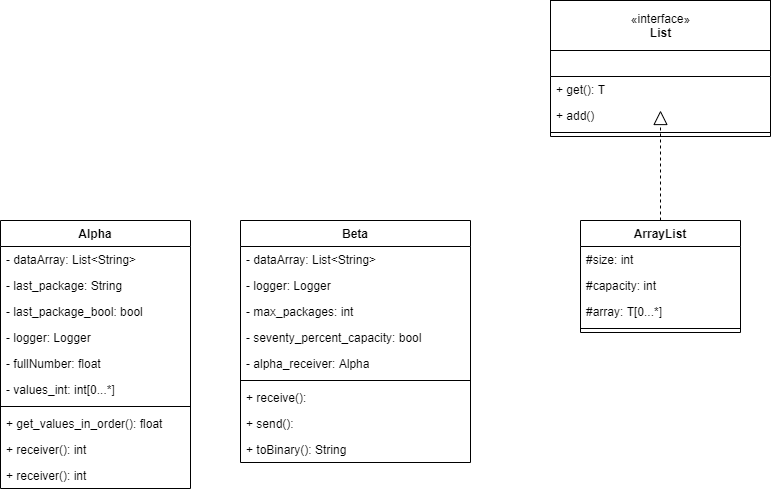
Before: 2º Bimestre/UML.png, a diagram exported from draw.io (nathanmsoares/ED). Source tidied: cells renumbered, new cells last; positions are measured from the earlier drawing's top-left corner, leaving out a move shared by most shapes.
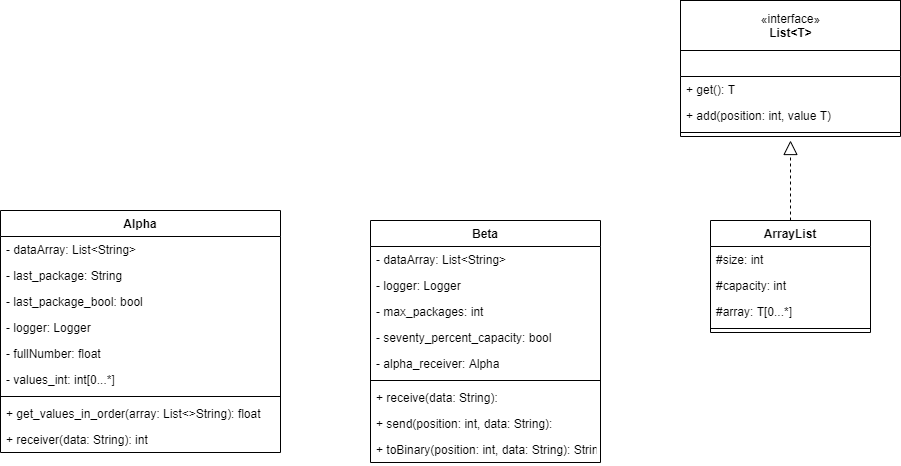
Above is the later version.

Commit message:
improving UML

The edit, as a diff of the source:
```diff
@@ -23,18 +23,18 @@
     <mxCell id="8" value="+ get(): T" style="text;strokeColor=none;fillColor=none;align=left;verticalAlign=top;spacingLeft=4;spacingRight=4;overflow=hidden;" parent="7" vertex="1">
       <mxGeometry y="26" width="220" height="26" as="geometry" />
     </mxCell>
-    <mxCell id="9" value="+ add()" style="text;strokeColor=none;fillColor=none;align=left;verticalAlign=top;spacingLeft=4;spacingRight=4;overflow=hidden;" parent="7" vertex="1">
+    <mxCell id="9" value="+ add(position: int, value T)" style="text;strokeColor=none;fillColor=none;align=left;verticalAlign=top;spacingLeft=4;spacingRight=4;overflow=hidden;" parent="7" vertex="1">
       <mxGeometry y="52" width="220" height="26" as="geometry" />
     </mxCell>
     <mxCell id="10" style="line;strokeWidth=1;fillColor=none;align=left;verticalAlign=middle;spacingTop=-1;spacingLeft=3;spacingRight=3;labelPosition=right;" parent="7" vertex="1">
       <mxGeometry y="78" width="220" height="8" as="geometry" />
     </mxCell>
-    <mxCell id="11" value="«interface»&lt;br&gt;&lt;b&gt;List&lt;br&gt;&lt;/b&gt;" style="html=1;" parent="1" vertex="1">
+    <mxCell id="11" value="«interface»&lt;br&gt;&lt;b&gt;List&amp;lt;T&amp;gt;&lt;br&gt;&lt;/b&gt;" style="html=1;" parent="1" vertex="1">
       <mxGeometry x="550" width="220" height="50" as="geometry" />
     </mxCell>
     <mxCell id="12" style="endArrow=block;dashed=1;endFill=0;endSize=12;html=1;exitX=0.5;exitY=0;exitDx=0;exitDy=0;" parent="1" edge="1" source="2">
       <mxGeometry relative="1" as="geometry">
-        <mxPoint x="660" y="110" as="targetPoint" />
+        <mxPoint x="660" y="140" as="targetPoint" />
       </mxGeometry>
     </mxCell>
     <mxCell id="13" value="Beta" style="swimlane;fontStyle=1;align=center;verticalAlign=top;horizontal=1;startSize=26;" parent="1" vertex="1">
@@ -58,47 +58,44 @@
     <mxCell id="19" style="line;strokeWidth=1;fillColor=none;align=left;verticalAlign=middle;spacingTop=-1;spacingLeft=3;spacingRight=3;labelPosition=right;" parent="13" vertex="1">
       <mxGeometry y="156" width="230" height="8" as="geometry" />
     </mxCell>
-    <mxCell id="20" value="+ receive(): " style="text;strokeColor=none;fillColor=none;align=left;verticalAlign=top;spacingLeft=4;spacingRight=4;overflow=hidden;" parent="13" vertex="1">
+    <mxCell id="20" value="+ receive(data: String): " style="text;strokeColor=none;fillColor=none;align=left;verticalAlign=top;spacingLeft=4;spacingRight=4;overflow=hidden;" parent="13" vertex="1">
       <mxGeometry y="164" width="230" height="26" as="geometry" />
     </mxCell>
-    <mxCell id="21" value="+ send(): " style="text;strokeColor=none;fillColor=none;align=left;verticalAlign=top;spacingLeft=4;spacingRight=4;overflow=hidden;" parent="13" vertex="1">
+    <mxCell id="21" value="+ send(position: int, data: String): " style="text;strokeColor=none;fillColor=none;align=left;verticalAlign=top;spacingLeft=4;spacingRight=4;overflow=hidden;" parent="13" vertex="1">
       <mxGeometry y="190" width="230" height="26" as="geometry" />
     </mxCell>
-    <mxCell id="22" value="+ toBinary(): String" style="text;strokeColor=none;fillColor=none;align=left;verticalAlign=top;spacingLeft=4;spacingRight=4;overflow=hidden;" parent="13" vertex="1">
+    <mxCell id="22" value="+ toBinary(position: int, data: String): String" style="text;strokeColor=none;fillColor=none;align=left;verticalAlign=top;spacingLeft=4;spacingRight=4;overflow=hidden;" parent="13" vertex="1">
       <mxGeometry y="216" width="230" height="26" as="geometry" />
     </mxCell>
     <mxCell id="23" value="Alpha" style="swimlane;fontStyle=1;align=center;verticalAlign=top;horizontal=1;startSize=26;" parent="1" vertex="1">
-      <mxGeometry y="220" width="190" height="268" as="geometry" />
+      <mxGeometry x="-130" y="210" width="280" height="242" as="geometry" />
     </mxCell>
     <mxCell id="24" value="- dataArray: List&lt;String&gt;" style="text;strokeColor=none;fillColor=none;align=left;verticalAlign=top;spacingLeft=4;spacingRight=4;overflow=hidden;" parent="23" vertex="1">
-      <mxGeometry y="26" width="190" height="26" as="geometry" />
+      <mxGeometry y="26" width="280" height="26" as="geometry" />
     </mxCell>
     <mxCell id="25" value="- last_package: String" style="text;strokeColor=none;fillColor=none;align=left;verticalAlign=top;spacingLeft=4;spacingRight=4;overflow=hidden;" parent="23" vertex="1">
-      <mxGeometry y="52" width="190" height="26" as="geometry" />
+      <mxGeometry y="52" width="280" height="26" as="geometry" />
     </mxCell>
     <mxCell id="26" value="- last_package_bool: bool" style="text;strokeColor=none;fillColor=none;align=left;verticalAlign=top;spacingLeft=4;spacingRight=4;overflow=hidden;" parent="23" vertex="1">
-      <mxGeometry y="78" width="190" height="26" as="geometry" />
+      <mxGeometry y="78" width="280" height="26" as="geometry" />
     </mxCell>
     <mxCell id="27" value="- logger: Logger" style="text;strokeColor=none;fillColor=none;align=left;verticalAlign=top;spacingLeft=4;spacingRight=4;overflow=hidden;" parent="23" vertex="1">
-      <mxGeometry y="104" width="190" height="26" as="geometry" />
+      <mxGeometry y="104" width="280" height="26" as="geometry" />
     </mxCell>
     <mxCell id="28" value="- fullNumber: float" style="text;strokeColor=none;fillColor=none;align=left;verticalAlign=top;spacingLeft=4;spacingRight=4;overflow=hidden;" parent="23" vertex="1">
-      <mxGeometry y="130" width="190" height="26" as="geometry" />
+      <mxGeometry y="130" width="280" height="26" as="geometry" />
     </mxCell>
     <mxCell id="29" value="- values_int: int[0...*]" style="text;strokeColor=none;fillColor=none;align=left;verticalAlign=top;spacingLeft=4;spacingRight=4;overflow=hidden;" parent="23" vertex="1">
-      <mxGeometry y="156" width="190" height="26" as="geometry" />
+      <mxGeometry y="156" width="280" height="26" as="geometry" />
     </mxCell>
     <mxCell id="30" style="line;strokeWidth=1;fillColor=none;align=left;verticalAlign=middle;spacingTop=-1;spacingLeft=3;spacingRight=3;labelPosition=right;" parent="23" vertex="1">
-      <mxGeometry y="182" width="190" height="8" as="geometry" />
+      <mxGeometry y="182" width="280" height="8" as="geometry" />
     </mxCell>
-    <mxCell id="31" value="+ get_values_in_order(): float" style="text;strokeColor=none;fillColor=none;align=left;verticalAlign=top;spacingLeft=4;spacingRight=4;overflow=hidden;" parent="23" vertex="1">
-      <mxGeometry y="190" width="190" height="26" as="geometry" />
+    <mxCell id="31" value="+ get_values_in_order(array: List&lt;&gt;String): float" style="text;strokeColor=none;fillColor=none;align=left;verticalAlign=top;spacingLeft=4;spacingRight=4;overflow=hidden;" parent="23" vertex="1">
+      <mxGeometry y="190" width="280" height="26" as="geometry" />
     </mxCell>
-    <mxCell id="32" value="+ receiver(): int" style="text;strokeColor=none;fillColor=none;align=left;verticalAlign=top;spacingLeft=4;spacingRight=4;overflow=hidden;" parent="23" vertex="1">
-      <mxGeometry y="216" width="190" height="26" as="geometry" />
-    </mxCell>
-    <mxCell id="33" value="+ receiver(): int" style="text;strokeColor=none;fillColor=none;align=left;verticalAlign=top;spacingLeft=4;spacingRight=4;overflow=hidden;" parent="23" vertex="1">
-      <mxGeometry y="242" width="190" height="26" as="geometry" />
+    <mxCell id="33" value="+ receiver(data: String): int" style="text;strokeColor=none;fillColor=none;align=left;verticalAlign=top;spacingLeft=4;spacingRight=4;overflow=hidden;" parent="23" vertex="1">
+      <mxGeometry y="216" width="280" height="26" as="geometry" />
     </mxCell>
   </root>
 </mxGraphModel>
```
